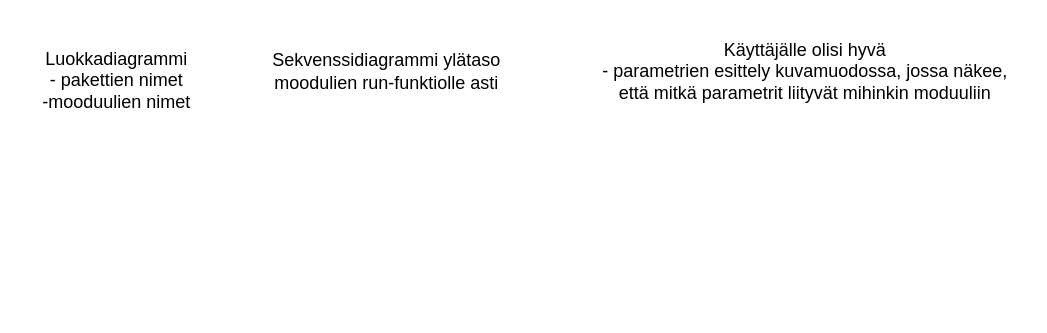
Before: page "Page-1" (1 of 2) of docs/pyAPES.drawio in LukeEcomod/pyAPES_main, a draw.io diagram. Source tidied: cells renumbered, new cells numbered last; positions are measured from the earlier drawing's top-left corner, leaving out a move shared by most shapes. Both pictures are drawn from the tidied source at 150%, with x=0, y=0 at pixel (26, 26).
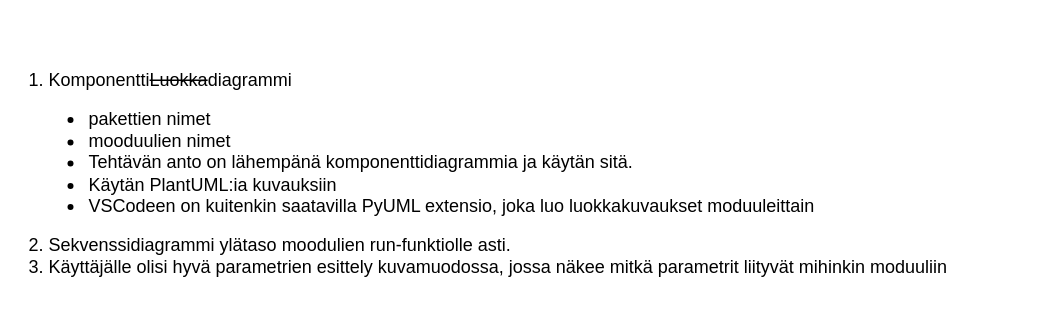
Above is the later version.

Commit message:
doc: making notest

What changed in the source:
```diff
@@
 <mxGraphModel>
   <root>
     <mxCell id="0" />
     <mxCell id="1" parent="0" />
-    <mxCell id="2" value="Luokkadiagrammi&lt;div&gt;- pakettien nimet&lt;br&gt;&lt;div&gt;-mooduulien nimet&lt;/div&gt;&lt;/div&gt;&lt;div&gt;&lt;br&gt;&lt;/div&gt;" style="text;html=1;align=center;verticalAlign=middle;strokeColor=none;fillColor=none;" parent="1" vertex="1">
-      <mxGeometry y="8" width="120" height="70" as="geometry" />
+    <mxCell id="2" value="&lt;span style=&quot;background-color: transparent;&quot;&gt;1. Komponentti&lt;/span&gt;&lt;strike style=&quot;background-color: transparent;&quot;&gt;Luokka&lt;/strike&gt;&lt;span style=&quot;background-color: transparent;&quot;&gt;diagrammi&lt;/span&gt;&lt;br&gt;&lt;ul&gt;&lt;li&gt;&lt;span style=&quot;background-color: transparent;&quot;&gt;pakettien nimet&lt;/span&gt;&lt;/li&gt;&lt;li&gt;&lt;span style=&quot;background-color: transparent;&quot;&gt;mooduulien nimet&lt;/span&gt;&lt;/li&gt;&lt;li&gt;Tehtävän anto on lähempänä komponenttidiagrammia ja käytän sitä.&lt;/li&gt;&lt;li&gt;Käytän PlantUML:ia kuvauksiin&lt;/li&gt;&lt;li&gt;VSCodeen on kuitenkin saatavilla PyUML extensio, joka luo luokkakuvaukset moduuleittain&lt;/li&gt;&lt;/ul&gt;&lt;span style=&quot;background-color: transparent;&quot;&gt;2. Sekvenssidiagrammi ylätaso&amp;nbsp;&lt;/span&gt;&lt;span style=&quot;background-color: transparent; text-align: center;&quot;&gt;moodulien run-funktiolle asti.&lt;/span&gt;&lt;div&gt;&lt;span style=&quot;background-color: transparent; text-align: center; color: rgb(0, 0, 0);&quot;&gt;3. Käyttäjälle olisi hyvä&amp;nbsp;&lt;/span&gt;&lt;span style=&quot;background-color: transparent; text-align: center;&quot;&gt;parametrien esittely kuvamuodossa, jossa näkee&lt;/span&gt;&lt;span style=&quot;background-color: transparent; text-align: center;&quot;&gt;&amp;nbsp;mitkä parametrit liityvät mihinkin moduuliin&lt;/span&gt;&lt;/div&gt;" style="text;html=1;align=left;verticalAlign=middle;strokeColor=none;fillColor=none;" parent="1" vertex="1">
+      <mxGeometry y="8" width="640" height="180" as="geometry" />
     </mxCell>
-    <mxCell id="3" value="Sekvenssidiagrammi ylätaso&lt;div&gt;moodulien run-funktiolle asti&lt;/div&gt;" style="text;html=1;align=center;verticalAlign=middle;strokeColor=none;fillColor=none;" parent="1" vertex="1">
-      <mxGeometry x="150" y="10" width="180" height="40" as="geometry" />
-    </mxCell>
-    <mxCell id="4" value="Käyttäjälle olisi hyvä&lt;div&gt;- parametrien esittely kuvamuodossa, jossa näkee,&lt;/div&gt;&lt;div&gt;että mitkä parametrit liityvät mihinkin moduuliin&lt;/div&gt;" style="text;html=1;align=center;verticalAlign=middle;strokeColor=none;fillColor=none;" parent="1" vertex="1">
-      <mxGeometry x="374" width="290" height="60" as="geometry" />
-    </mxCell>
   </root>
 </mxGraphModel>
```
